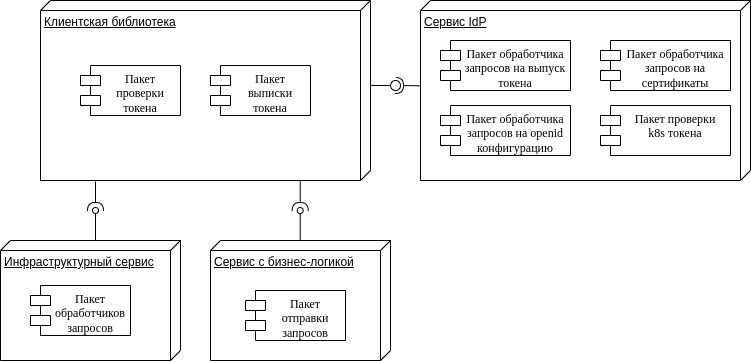
The draw.io diagram docs/prez/diag-comps.png in perpetua1g0d/bmstu-diploma, before a commit. Source tidied: cells renumbered, new cells last; positions are measured from the earlier drawing's top-left corner, leaving out a move shared by most shapes. The source it was exported from:
```xml
<mxGraphModel>
  <root>
    <mxCell id="0" />
    <mxCell id="1" parent="0" />
    <mxCell id="2" value="Клиентская библиотека" style="verticalAlign=top;align=left;spacingTop=8;spacingLeft=2;spacingRight=12;shape=cube;size=10;direction=south;fontStyle=4;html=1;whiteSpace=wrap;" parent="1" vertex="1">
      <mxGeometry x="40" width="330" height="180" as="geometry" />
    </mxCell>
    <mxCell id="3" value="&lt;span style=&quot;font-family: &amp;quot;Times New Roman&amp;quot;;&quot;&gt;Пакет проверки токена&lt;/span&gt;" style="shape=module;align=left;spacingLeft=20;align=center;verticalAlign=top;whiteSpace=wrap;html=1;" parent="1" vertex="1">
      <mxGeometry x="80" y="65" width="100" height="50" as="geometry" />
    </mxCell>
    <mxCell id="4" value="&lt;div&gt;&lt;font face=&quot;Times New Roman&quot;&gt;Пакет&lt;/font&gt;&lt;/div&gt;&lt;div&gt;&lt;font face=&quot;Times New Roman&quot;&gt;выписки токена&lt;/font&gt;&lt;/div&gt;" style="shape=module;align=left;spacingLeft=20;align=center;verticalAlign=top;whiteSpace=wrap;html=1;" parent="1" vertex="1">
      <mxGeometry x="210" y="65" width="100" height="50" as="geometry" />
    </mxCell>
    <mxCell id="5" value="Инфраструктурный сервис" style="verticalAlign=top;align=left;spacingTop=8;spacingLeft=2;spacingRight=12;shape=cube;size=10;direction=south;fontStyle=4;html=1;whiteSpace=wrap;" parent="1" vertex="1">
      <mxGeometry y="240" width="180" height="120" as="geometry" />
    </mxCell>
    <mxCell id="6" value="&lt;span style=&quot;font-family: &amp;quot;Times New Roman&amp;quot;;&quot;&gt;Пакет обработчиков запросов&lt;/span&gt;" style="shape=module;align=left;spacingLeft=20;align=center;verticalAlign=top;whiteSpace=wrap;html=1;" parent="1" vertex="1">
      <mxGeometry x="30" y="285" width="100" height="50" as="geometry" />
    </mxCell>
    <mxCell id="7" value="Сервис с бизнес-логикой" style="verticalAlign=top;align=left;spacingTop=8;spacingLeft=2;spacingRight=12;shape=cube;size=10;direction=south;fontStyle=4;html=1;whiteSpace=wrap;" parent="1" vertex="1">
      <mxGeometry x="210" y="240" width="180" height="120" as="geometry" />
    </mxCell>
    <mxCell id="8" value="&lt;span style=&quot;font-family: &amp;quot;Times New Roman&amp;quot;;&quot;&gt;Пакет отправки запросов&lt;/span&gt;" style="shape=module;align=left;spacingLeft=20;align=center;verticalAlign=top;whiteSpace=wrap;html=1;" parent="1" vertex="1">
      <mxGeometry x="245" y="290" width="100" height="50" as="geometry" />
    </mxCell>
    <mxCell id="9" value="Сервис IdP" style="verticalAlign=top;align=left;spacingTop=8;spacingLeft=2;spacingRight=12;shape=cube;size=10;direction=south;fontStyle=4;html=1;whiteSpace=wrap;" parent="1" vertex="1">
      <mxGeometry x="420" width="330" height="180" as="geometry" />
    </mxCell>
    <mxCell id="10" value="&lt;span style=&quot;font-family: &amp;quot;Times New Roman&amp;quot;;&quot;&gt;Пакет обработчика запросов на выпуск токена&lt;/span&gt;" style="shape=module;align=left;spacingLeft=20;align=center;verticalAlign=top;whiteSpace=wrap;html=1;" parent="1" vertex="1">
      <mxGeometry x="440" y="40" width="130" height="50" as="geometry" />
    </mxCell>
    <mxCell id="11" value="&lt;span style=&quot;font-family: &amp;quot;Times New Roman&amp;quot;;&quot;&gt;Пакет обработчика запросов на сертификаты&lt;/span&gt;" style="shape=module;align=left;spacingLeft=20;align=center;verticalAlign=top;whiteSpace=wrap;html=1;" parent="1" vertex="1">
      <mxGeometry x="600" y="40" width="130" height="50" as="geometry" />
    </mxCell>
    <mxCell id="12" value="&lt;span style=&quot;font-family: &amp;quot;Times New Roman&amp;quot;;&quot;&gt;Пакет обработчика запросов на openid конфигурацию&lt;/span&gt;" style="shape=module;align=left;spacingLeft=20;align=center;verticalAlign=top;whiteSpace=wrap;html=1;" parent="1" vertex="1">
      <mxGeometry x="440" y="105" width="130" height="50" as="geometry" />
    </mxCell>
    <mxCell id="13" value="&lt;span style=&quot;font-family: &amp;quot;Times New Roman&amp;quot;;&quot;&gt;Пакет проверки&lt;/span&gt;&lt;div&gt;&lt;span style=&quot;font-family: &amp;quot;Times New Roman&amp;quot;;&quot;&gt;k8s токена&lt;/span&gt;&lt;/div&gt;" style="shape=module;align=left;spacingLeft=20;align=center;verticalAlign=top;whiteSpace=wrap;html=1;" parent="1" vertex="1">
      <mxGeometry x="600" y="105" width="130" height="50" as="geometry" />
    </mxCell>
    <mxCell id="14" style="rounded=0;jettySize=auto;html=1;endArrow=halfCircle;endFill=0;endSize=6;strokeWidth=1;sketch=0;exitX=0.474;exitY=1.001;exitDx=0;exitDy=0;exitPerimeter=0;" parent="1" edge="1" source="9" target="16">
      <mxGeometry relative="1" as="geometry" />
    </mxCell>
    <mxCell id="15" style="rounded=0;jettySize=auto;html=1;endArrow=oval;endFill=0;sketch=0;sourcePerimeterSpacing=0;targetPerimeterSpacing=0;endSize=10;exitX=0;exitY=0;exitDx=85;exitDy=0;exitPerimeter=0;" parent="1" edge="1" source="2" target="16">
      <mxGeometry relative="1" as="geometry" />
    </mxCell>
    <mxCell id="16" style="ellipse;whiteSpace=wrap;html=1;align=center;fillColor=none;strokeColor=none;perimeter=centerPerimeter;points=[];outlineConnect=1;" parent="1" vertex="1">
      <mxGeometry x="390" y="80" width="10" height="10" as="geometry" />
    </mxCell>
    <mxCell id="17" style="ellipse;whiteSpace=wrap;html=1;align=center;fillColor=none;strokeColor=none;perimeter=centerPerimeter;" parent="1" vertex="1">
      <mxGeometry x="480" y="300" width="10" height="10" as="geometry" />
    </mxCell>
    <mxCell id="18" style="edgeStyle=orthogonalEdgeStyle;rounded=0;jettySize=auto;html=1;exitX=0;exitY=0;exitDx=0;exitDy=85;exitPerimeter=0;endArrow=oval;endFill=0;" parent="1" edge="1" source="5">
      <mxGeometry relative="1" as="geometry">
        <mxPoint x="95" y="210" as="targetPoint" />
      </mxGeometry>
    </mxCell>
    <mxCell id="19" style="rounded=0;orthogonalLoop=1;jettySize=auto;html=1;endArrow=halfCircle;endFill=0;endSize=6;strokeWidth=1;sketch=0;" parent="1" edge="1">
      <mxGeometry relative="1" as="geometry">
        <mxPoint x="95" y="181" as="sourcePoint" />
        <mxPoint x="95" y="210" as="targetPoint" />
      </mxGeometry>
    </mxCell>
    <mxCell id="20" style="edgeStyle=orthogonalEdgeStyle;rounded=0;orthogonalLoop=1;jettySize=auto;html=1;exitX=0;exitY=0;exitDx=0;exitDy=85;exitPerimeter=0;endArrow=oval;endFill=0;" parent="1" edge="1">
      <mxGeometry relative="1" as="geometry">
        <mxPoint x="299.7" y="240" as="sourcePoint" />
        <mxPoint x="299.7" y="210" as="targetPoint" />
      </mxGeometry>
    </mxCell>
    <mxCell id="21" style="rounded=0;orthogonalLoop=1;jettySize=auto;html=1;endArrow=halfCircle;endFill=0;endSize=6;strokeWidth=1;sketch=0;" parent="1" edge="1">
      <mxGeometry relative="1" as="geometry">
        <mxPoint x="299.7" y="181" as="sourcePoint" />
        <mxPoint x="299.7" y="210" as="targetPoint" />
      </mxGeometry>
    </mxCell>
  </root>
</mxGraphModel>
```
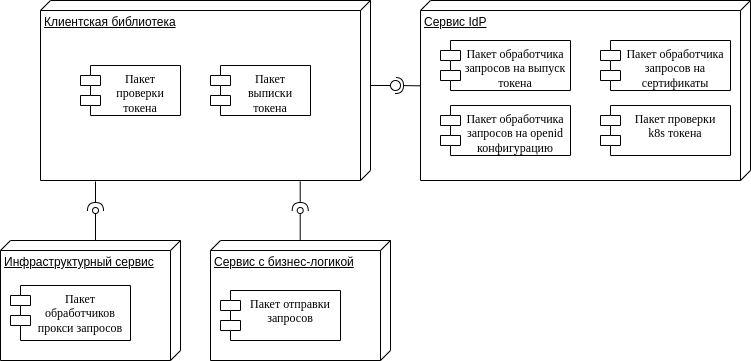
After the commit.

What changed in the source:
```diff
@@ -14,14 +14,14 @@
     <mxCell id="5" value="Инфраструктурный сервис" style="verticalAlign=top;align=left;spacingTop=8;spacingLeft=2;spacingRight=12;shape=cube;size=10;direction=south;fontStyle=4;html=1;whiteSpace=wrap;" parent="1" vertex="1">
       <mxGeometry y="240" width="180" height="120" as="geometry" />
     </mxCell>
-    <mxCell id="6" value="&lt;span style=&quot;font-family: &amp;quot;Times New Roman&amp;quot;;&quot;&gt;Пакет обработчиков запросов&lt;/span&gt;" style="shape=module;align=left;spacingLeft=20;align=center;verticalAlign=top;whiteSpace=wrap;html=1;" parent="1" vertex="1">
-      <mxGeometry x="30" y="285" width="100" height="50" as="geometry" />
+    <mxCell id="6" value="&lt;span style=&quot;font-family: &amp;quot;Times New Roman&amp;quot;;&quot;&gt;Пакет обработчиков прокси запросов&lt;/span&gt;" style="shape=module;align=left;spacingLeft=20;align=center;verticalAlign=top;whiteSpace=wrap;html=1;" parent="1" vertex="1">
+      <mxGeometry x="10" y="285" width="120" height="55" as="geometry" />
     </mxCell>
     <mxCell id="7" value="Сервис с бизнес-логикой" style="verticalAlign=top;align=left;spacingTop=8;spacingLeft=2;spacingRight=12;shape=cube;size=10;direction=south;fontStyle=4;html=1;whiteSpace=wrap;" parent="1" vertex="1">
       <mxGeometry x="210" y="240" width="180" height="120" as="geometry" />
     </mxCell>
     <mxCell id="8" value="&lt;span style=&quot;font-family: &amp;quot;Times New Roman&amp;quot;;&quot;&gt;Пакет отправки запросов&lt;/span&gt;" style="shape=module;align=left;spacingLeft=20;align=center;verticalAlign=top;whiteSpace=wrap;html=1;" parent="1" vertex="1">
-      <mxGeometry x="245" y="290" width="100" height="50" as="geometry" />
+      <mxGeometry x="220" y="290" width="120" height="50" as="geometry" />
     </mxCell>
     <mxCell id="9" value="Сервис IdP" style="verticalAlign=top;align=left;spacingTop=8;spacingLeft=2;spacingRight=12;shape=cube;size=10;direction=south;fontStyle=4;html=1;whiteSpace=wrap;" parent="1" vertex="1">
       <mxGeometry x="420" width="330" height="180" as="geometry" />
```
